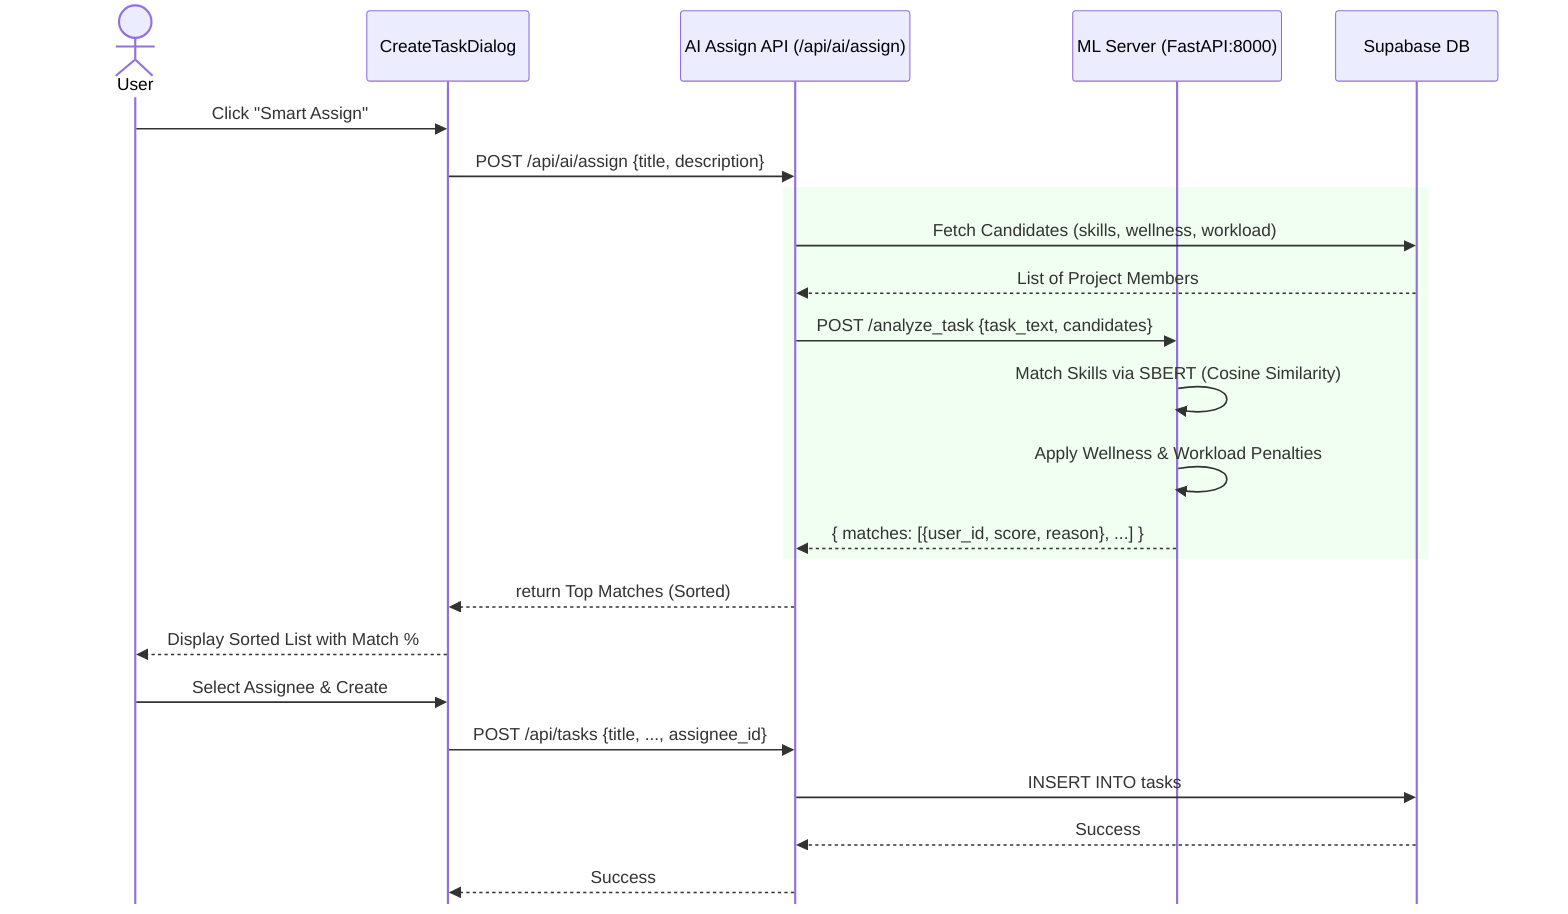
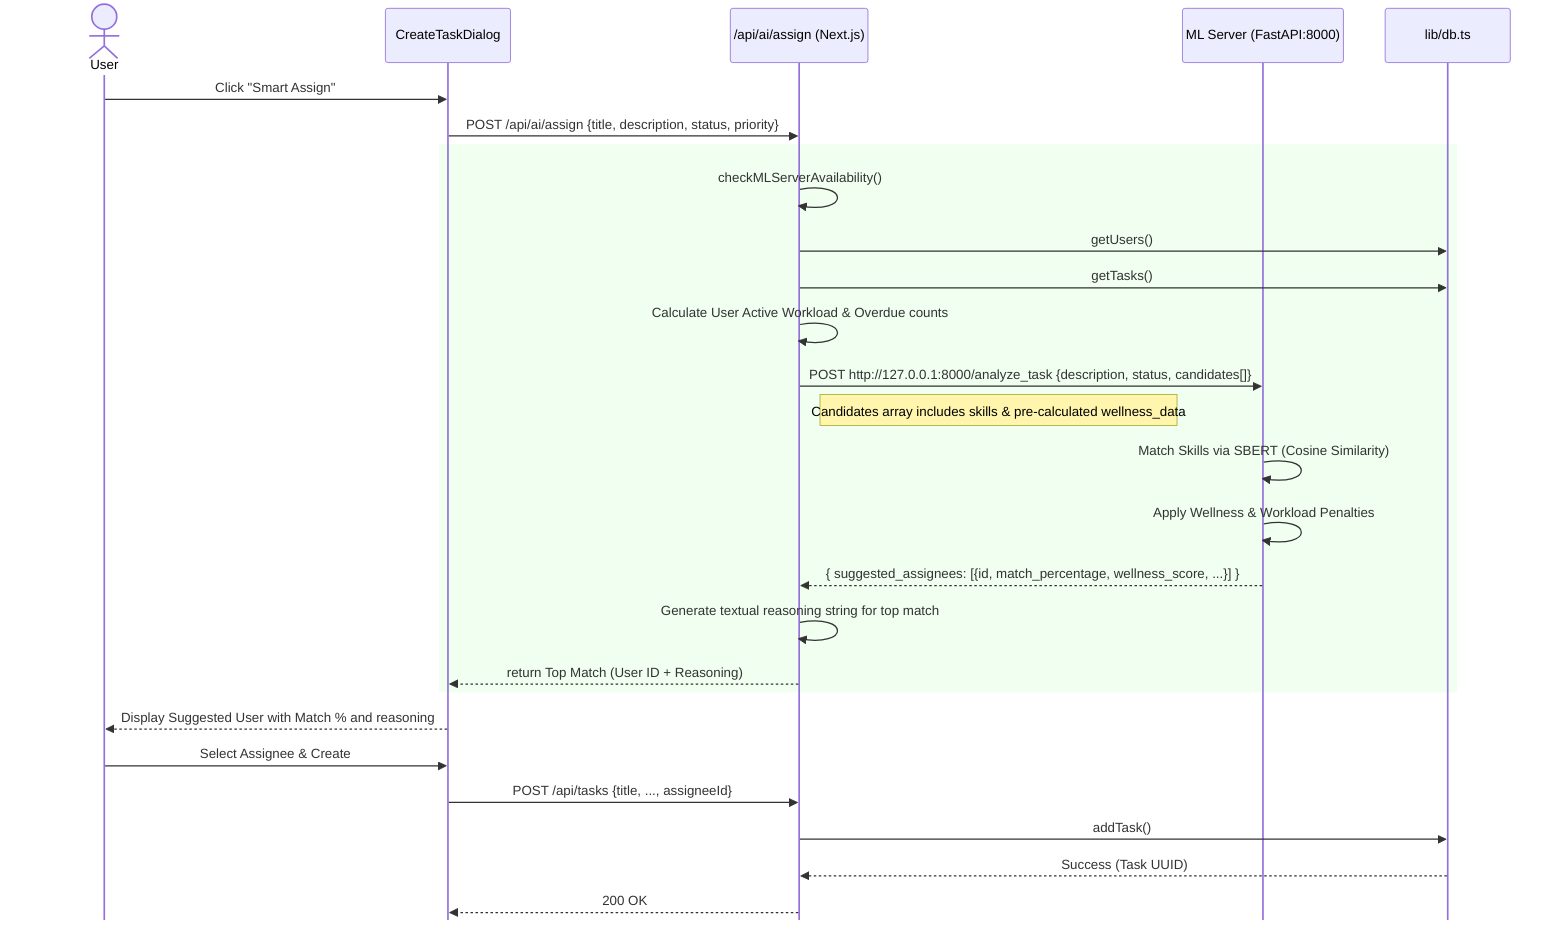
%%{init: {"sequence": {"mirrorActors": false}}}%%
sequenceDiagram
    actor User
    participant Dialog as CreateTaskDialog
-     participant API as AI Assign API (/api/ai/assign)
+     participant API as /api/ai/assign (Next.js)
    participant ML as ML Server (FastAPI:8000)
-     participant DB as Supabase DB
+     participant DB as lib/db.ts

    User->>Dialog: Click "Smart Assign"
-     Dialog->>API: POST /api/ai/assign {title, description}
+     Dialog->>API: POST /api/ai/assign {title, description, status, priority}

    rect rgb(240, 255, 240)
-     API->>DB: Fetch Candidates (skills, wellness, workload)
-     DB-->>API: List of Project Members
-     API->>ML: POST /analyze_task {task_text, candidates}
+     API->>API: checkMLServerAvailability()
+     API->>DB: getUsers()
+     API->>DB: getTasks()
+     API->>API: Calculate User Active Workload & Overdue counts
+ 
+     API->>ML: POST http://127.0.0.1:8000/analyze_task {description, status, candidates[]}
+     Note right of API: Candidates array includes skills & pre-calculated wellness_data
+ 
    ML->>ML: Match Skills via SBERT (Cosine Similarity)
    ML->>ML: Apply Wellness & Workload Penalties
-     ML-->>API: { matches: [{user_id, score, reason}, ...] }
+     ML-->>API: { suggested_assignees: [{id, match_percentage, wellness_score, ...}] }
+ 
+     API->>API: Generate textual reasoning string for top match
+     API-->>Dialog: return Top Match (User ID + Reasoning)
    end

-     API-->>Dialog: return Top Matches (Sorted)
-     Dialog-->>User: Display Sorted List with Match %
+     Dialog-->>User: Display Suggested User with Match % and reasoning

    User->>Dialog: Select Assignee & Create
-     Dialog->>API: POST /api/tasks {title, ..., assignee_id}
-     API->>DB: INSERT INTO tasks
-     DB-->>API: Success
-     API-->>Dialog: Success
+     Dialog->>API: POST /api/tasks {title, ..., assigneeId}
+     API->>DB: addTask()
+     DB-->>API: Success (Task UUID)
+     API-->>Dialog: 200 OK
